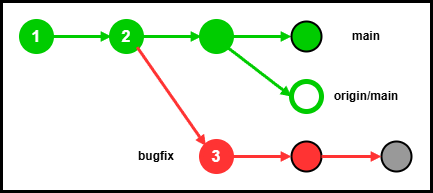
This is images/contributing/explanation.png from yuukougun/procon-sandbox, a draw.io export, as it was before one commit. Source tidied: cells renumbered, new cells last; positions are measured from the earlier drawing's top-left corner, leaving out a move shared by most shapes.
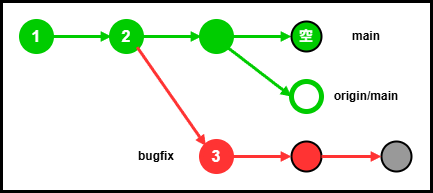
After the change.

What changed in the source:
```diff
@@ -23,7 +23,7 @@
     <mxCell id="8" style="endArrow=block;html=1;strokeColor=#00CC00;endFill=1;strokeWidth=3;endSize=3;exitX=1;exitY=0.5;exitDx=0;exitDy=0;entryX=0;entryY=0.5;entryDx=0;entryDy=0;" parent="1" edge="1" source="6" target="9">
       <mxGeometry relative="1" as="geometry" />
     </mxCell>
-    <mxCell id="9" style="ellipse;whiteSpace=wrap;html=1;strokeWidth=2;strokeColor=default;fillColor=#00CC00;perimeterSpacing=0;fillStyle=auto;shadow=0;fontColor=#ffffff;" parent="1" vertex="1">
+    <mxCell id="9" value="空" style="ellipse;whiteSpace=wrap;html=1;strokeWidth=2;strokeColor=default;fillColor=#00CC00;perimeterSpacing=0;fillStyle=auto;shadow=0;fontColor=#ffffff;fontStyle=1;fontSize=14;" parent="1" vertex="1">
       <mxGeometry x="290" y="20" width="30" height="30" as="geometry" />
     </mxCell>
     <mxCell id="10" style="ellipse;whiteSpace=wrap;html=1;strokeWidth=5;strokeColor=#00CC00;fillColor=#FFFFFF;perimeterSpacing=0;fillStyle=auto;shadow=0;fontColor=#ffffff;" parent="1" vertex="1">
```
